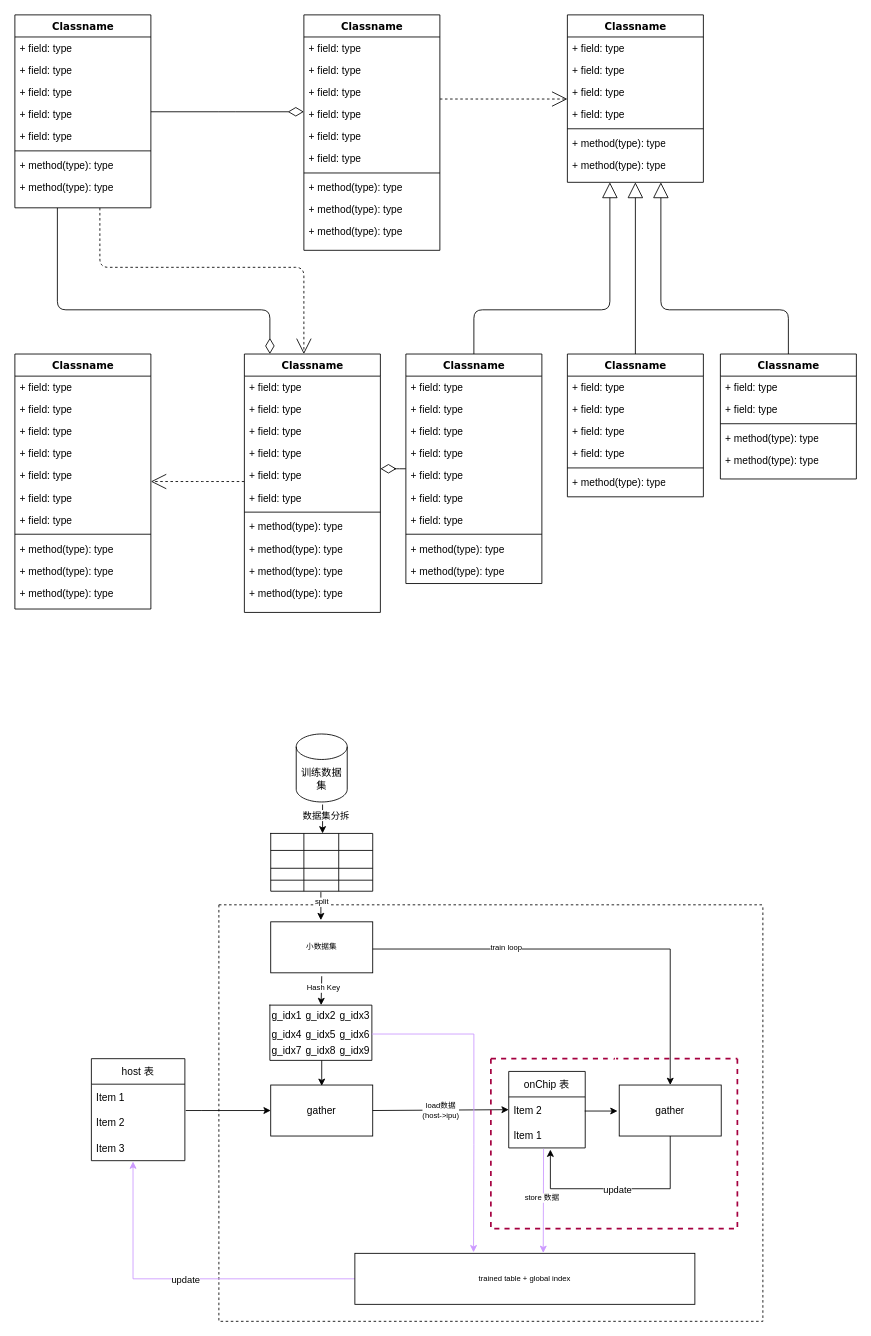
The draw.io diagram Untitled Diagram.drawio in jianghaicheng/HelloWorld, before the edit. Source tidied: cells renumbered, new cells numbered last; positions are measured from the earlier drawing's top-left corner, leaving out a move shared by most shapes. Both pictures are drawn from the tidied source at 85%, with x=0, y=0 at pixel (14, 14).
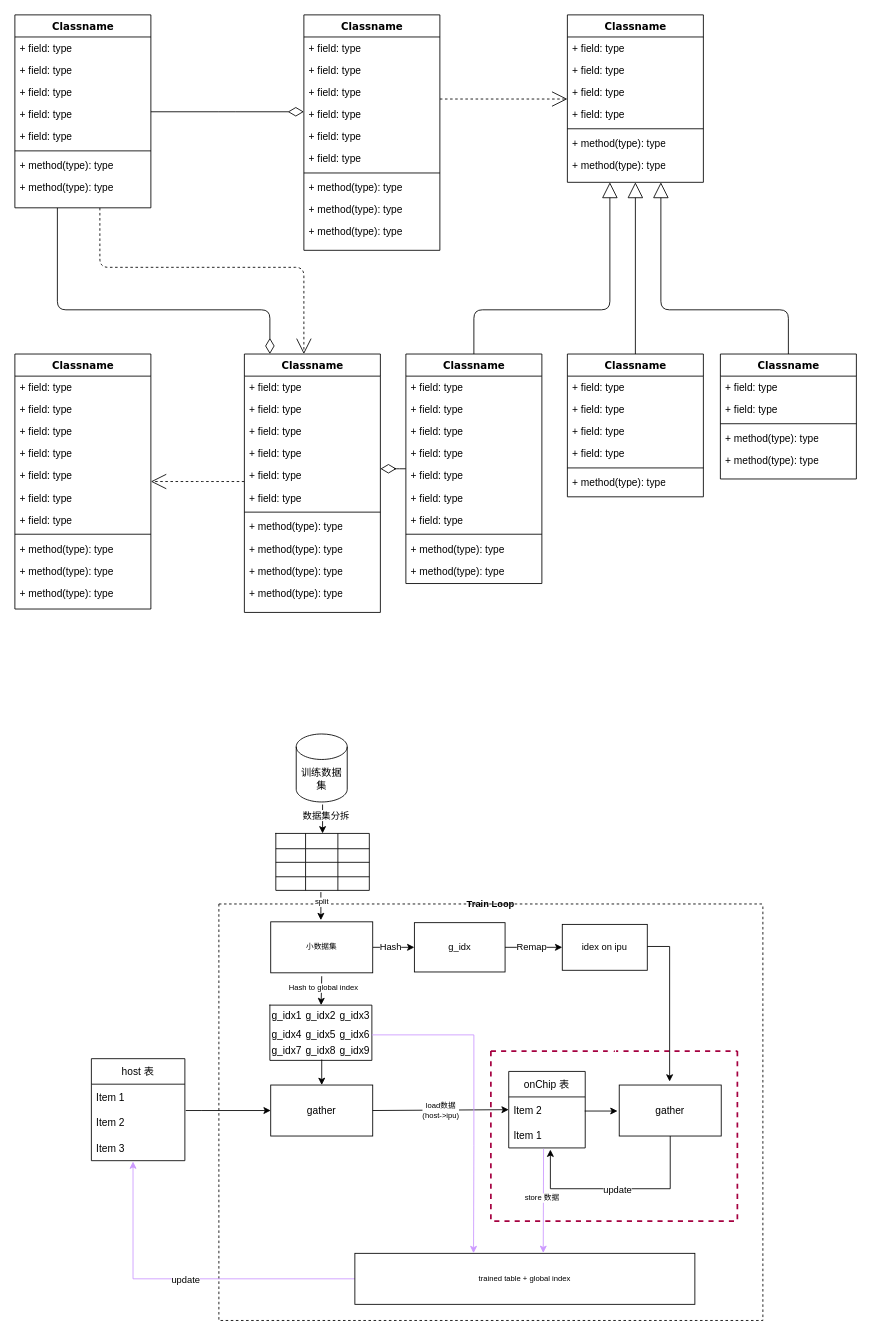
The same page after the edit.

Unchanged cells that the change refers to:
```xml
<mxCell id="134" value="小数据集" style="rounded=0;whiteSpace=wrap;html=1;fontSize=9;" parent="1" vertex="1">
  <mxGeometry x="301" y="1067" width="120" height="60" as="geometry" />
</mxCell>
<mxCell id="140" style="endArrow=classic;html=1;rounded=0;fontSize=9;" parent="1" edge="1" target="122">
  <mxGeometry relative="1" as="geometry">
    <mxPoint x="361" y="1131" as="sourcePoint" />
  </mxGeometry>
</mxCell>
```

The edit, as a diff of the source:
```diff
@@
-    <mxCell id="96" style="shape=table;html=1;whiteSpace=wrap;startSize=0;childLayout=tableLayout;" parent="1" vertex="1">
-      <mxGeometry x="301" y="963" width="120" height="68" as="geometry" />
-    </mxCell>
-    <mxCell id="97" style="shape=tableRow;horizontal=0;startSize=0;swimlaneHead=0;swimlaneBody=0;top=0;left=0;bottom=0;right=0;fillColor=none;" parent="96" vertex="1">
-      <mxGeometry width="120" height="20" as="geometry" />
-    </mxCell>
-    <mxCell id="98" style="shape=partialRectangle;html=1;whiteSpace=wrap;fillColor=none;top=0;left=0;bottom=0;right=0;overflow=hidden;" parent="97" vertex="1">
-      <mxGeometry width="39" height="20" as="geometry" />
-    </mxCell>
-    <mxCell id="99" style="shape=partialRectangle;html=1;whiteSpace=wrap;fillColor=none;top=0;left=0;bottom=0;right=0;overflow=hidden;" parent="97" vertex="1">
-      <mxGeometry x="39" width="41" height="20" as="geometry" />
-    </mxCell>
-    <mxCell id="100" style="shape=partialRectangle;html=1;whiteSpace=wrap;fillColor=none;top=0;left=0;bottom=0;right=0;overflow=hidden;" parent="97" vertex="1">
-      <mxGeometry x="80" width="40" height="20" as="geometry" />
-    </mxCell>
-    <mxCell id="101" style="shape=tableRow;horizontal=0;startSize=0;swimlaneHead=0;swimlaneBody=0;top=0;left=0;bottom=0;right=0;fillColor=none;" parent="96" vertex="1">
-      <mxGeometry y="20" width="120" height="21" as="geometry" />
-    </mxCell>
-    <mxCell id="102" style="shape=partialRectangle;html=1;whiteSpace=wrap;fillColor=none;top=0;left=0;bottom=0;right=0;overflow=hidden;" parent="101" vertex="1">
-      <mxGeometry width="39" height="21" as="geometry" />
-    </mxCell>
-    <mxCell id="103" style="shape=partialRectangle;html=1;whiteSpace=wrap;fillColor=none;top=0;left=0;bottom=0;right=0;overflow=hidden;" parent="101" vertex="1">
-      <mxGeometry x="39" width="41" height="21" as="geometry" />
-    </mxCell>
-    <mxCell id="104" style="shape=partialRectangle;html=1;whiteSpace=wrap;fillColor=none;top=0;left=0;bottom=0;right=0;overflow=hidden;" parent="101" vertex="1">
-      <mxGeometry x="80" width="40" height="21" as="geometry" />
-    </mxCell>
-    <mxCell id="105" style="shape=tableRow;horizontal=0;startSize=0;swimlaneHead=0;swimlaneBody=0;top=0;left=0;bottom=0;right=0;fillColor=none;" parent="96" vertex="1">
-      <mxGeometry y="41" width="120" height="14" as="geometry" />
-    </mxCell>
-    <mxCell id="106" style="shape=partialRectangle;html=1;whiteSpace=wrap;fillColor=none;top=0;left=0;bottom=0;right=0;overflow=hidden;" parent="105" vertex="1">
-      <mxGeometry width="39" height="14" as="geometry" />
-    </mxCell>
-    <mxCell id="107" style="shape=partialRectangle;html=1;whiteSpace=wrap;fillColor=none;top=0;left=0;bottom=0;right=0;overflow=hidden;" parent="105" vertex="1">
-      <mxGeometry x="39" width="41" height="14" as="geometry" />
-    </mxCell>
-    <mxCell id="108" style="shape=partialRectangle;html=1;whiteSpace=wrap;fillColor=none;top=0;left=0;bottom=0;right=0;overflow=hidden;" parent="105" vertex="1">
-      <mxGeometry x="80" width="40" height="14" as="geometry" />
-    </mxCell>
-    <mxCell id="109" style="shape=tableRow;horizontal=0;startSize=0;swimlaneHead=0;swimlaneBody=0;top=0;left=0;bottom=0;right=0;fillColor=none;" parent="96" vertex="1">
-      <mxGeometry y="55" width="120" height="13" as="geometry" />
-    </mxCell>
-    <mxCell id="110" style="shape=partialRectangle;html=1;whiteSpace=wrap;fillColor=none;top=0;left=0;bottom=0;right=0;overflow=hidden;" parent="109" vertex="1">
-      <mxGeometry width="39" height="13" as="geometry" />
-    </mxCell>
-    <mxCell id="111" style="shape=partialRectangle;html=1;whiteSpace=wrap;fillColor=none;top=0;left=0;bottom=0;right=0;overflow=hidden;" parent="109" vertex="1">
-      <mxGeometry x="39" width="41" height="13" as="geometry" />
-    </mxCell>
-    <mxCell id="112" style="shape=partialRectangle;html=1;whiteSpace=wrap;fillColor=none;top=0;left=0;bottom=0;right=0;overflow=hidden;" parent="109" vertex="1">
-      <mxGeometry x="80" width="40" height="13" as="geometry" />
-    </mxCell>
@@
+    <mxCell id="149" style="rounded=0;jettySize=auto;html=1;fontSize=11;endArrow=classic;endFill=1;strokeColor=#000000;startArrow=none;startFill=0;" parent="1" edge="1" source="134" target="151">
+      <mxGeometry relative="1" as="geometry" />
+    </mxCell>
+    <mxCell id="150" value="Hash" style="edgeLabel;html=1;align=center;verticalAlign=middle;fontSize=11;" parent="149" vertex="1">
+      <mxGeometry x="-0.33" y="1" relative="1" as="geometry">
+        <mxPoint x="4" as="offset" />
+      </mxGeometry>
+    </mxCell>
@@
-    <mxCell id="135" style="swimlane;startSize=0;fontSize=9;dashed=1;fillColor=#dae8fc;strokeColor=#000000;strokeWidth=1;" parent="1" vertex="1">
-      <mxGeometry x="240" y="1047" width="640" height="490" as="geometry" />
+    <mxCell id="135" value="Train Loop" style="swimlane;startSize=0;fontSize=11;dashed=1;fillColor=#dae8fc;strokeColor=#000000;strokeWidth=1;swimlaneLine=0;" parent="1" vertex="1">
+      <mxGeometry x="240" y="1046" width="640" height="490" as="geometry" />
     </mxCell>
     <mxCell id="136" value="IPU" style="swimlane;startSize=0;dashed=1;fontSize=9;strokeColor=#A50040;strokeWidth=2;fillColor=#d80073;fontColor=#ffffff;" parent="135" vertex="1">
-      <mxGeometry x="320" y="181" width="290" height="200" as="geometry" />
+      <mxGeometry x="320" y="173" width="290" height="200" as="geometry" />
     </mxCell>
@@
+    <mxCell id="143" style="edgeStyle=orthogonalEdgeStyle;rounded=0;jettySize=auto;html=1;exitX=1;exitY=0.5;exitDx=0;exitDy=0;" parent="135" edge="1" source="152">
+      <mxGeometry relative="1" as="geometry">
+        <mxPoint x="530.3" y="208.9" as="targetPoint" />
+        <Array as="points">
+          <mxPoint x="530" y="50" />
+        </Array>
+      </mxGeometry>
+    </mxCell>
+    <mxCell id="151" value="g_idx" style="rounded=0;whiteSpace=wrap;html=1;fontSize=11;strokeColor=#000000;strokeWidth=1;" parent="135" vertex="1">
+      <mxGeometry x="230" y="22" width="106.7" height="58" as="geometry" />
+    </mxCell>
@@
-    <mxCell id="141" value="Hash Key" style="edgeLabel;html=1;align=center;verticalAlign=middle;fontSize=9;" parent="140" vertex="1">
+    <mxCell id="141" value="Hash to global index" style="edgeLabel;html=1;align=center;verticalAlign=middle;fontSize=9;" parent="140" vertex="1">
       <mxGeometry x="-0.06" y="2" relative="1" as="geometry">
         <mxPoint y="-3" as="offset" />
       </mxGeometry>
     </mxCell>
@@
-    <mxCell id="143" style="edgeStyle=orthogonalEdgeStyle;rounded=0;orthogonalLoop=1;jettySize=auto;html=1;" parent="1" edge="1">
-      <mxGeometry relative="1" as="geometry">
-        <mxPoint x="421" y="1099" as="sourcePoint" />
-        <mxPoint x="771" y="1259" as="targetPoint" />
-        <Array as="points">
-          <mxPoint x="771" y="1099" />
-        </Array>
-      </mxGeometry>
-    </mxCell>
-    <mxCell id="144" value="train loop" style="edgeLabel;html=1;align=center;verticalAlign=middle;fontSize=9;" parent="143" vertex="1">
-      <mxGeometry x="-0.39" y="2" relative="1" as="geometry" />
-    </mxCell>
@@
     <mxCell id="148" style="endArrow=classic;html=1;rounded=0;strokeColor=#CC99FF;entryX=0.349;entryY=-0.053;entryDx=0;entryDy=0;entryPerimeter=0;" parent="1" edge="1">
       <mxGeometry relative="1" as="geometry">
-        <mxPoint x="420" y="1199" as="sourcePoint" />
-        <mxPoint x="539.6" y="1455.8" as="targetPoint" />
+        <mxPoint x="420" y="1200" as="sourcePoint" />
+        <mxPoint x="539.6" y="1456.8" as="targetPoint" />
         <Array as="points">
-          <mxPoint x="540" y="1199" />
-          <mxPoint x="540" y="1329" />
+          <mxPoint x="540" y="1200" />
+          <mxPoint x="540" y="1330" />
         </Array>
       </mxGeometry>
     </mxCell>
+    <mxCell id="152" value="idex on ipu" style="rounded=0;whiteSpace=wrap;html=1;fontSize=11;strokeColor=#000000;strokeWidth=1;" parent="1" vertex="1">
+      <mxGeometry x="644" y="1070" width="100" height="54" as="geometry" />
+    </mxCell>
+    <mxCell id="153" style="edgeStyle=none;rounded=0;jettySize=auto;html=1;fontSize=11;startArrow=none;startFill=0;endArrow=classic;endFill=1;targetPerimeterSpacing=0;strokeColor=#000000;" parent="1" edge="1" source="151" target="152">
+      <mxGeometry relative="1" as="geometry" />
+    </mxCell>
+    <mxCell id="154" value="Remap" style="edgeLabel;html=1;align=center;verticalAlign=middle;fontSize=11;" parent="153" vertex="1">
+      <mxGeometry x="-0.46" y="1" relative="1" as="geometry">
+        <mxPoint x="13" as="offset" />
+      </mxGeometry>
+    </mxCell>
+    <mxCell id="155" style="shape=table;html=1;whiteSpace=wrap;startSize=0;childLayout=tableLayout;" parent="1" vertex="1">
+      <mxGeometry x="307" y="963" width="110" height="67" as="geometry" />
+    </mxCell>
+    <mxCell id="156" style="shape=tableRow;horizontal=0;startSize=0;swimlaneHead=0;swimlaneBody=0;top=0;left=0;bottom=0;right=0;fillColor=none;" parent="155" vertex="1">
+      <mxGeometry width="110" height="18" as="geometry" />
+    </mxCell>
+    <mxCell id="157" style="shape=partialRectangle;html=1;whiteSpace=wrap;fillColor=none;top=0;left=0;bottom=0;right=0;overflow=hidden;" parent="156" vertex="1">
+      <mxGeometry width="35" height="18" as="geometry" />
+    </mxCell>
+    <mxCell id="158" style="shape=partialRectangle;html=1;whiteSpace=wrap;fillColor=none;top=0;left=0;bottom=0;right=0;overflow=hidden;" parent="156" vertex="1">
+      <mxGeometry x="35" width="38" height="18" as="geometry" />
+    </mxCell>
+    <mxCell id="159" style="shape=partialRectangle;html=1;whiteSpace=wrap;fillColor=none;top=0;left=0;bottom=0;right=0;overflow=hidden;" parent="156" vertex="1">
+      <mxGeometry x="73" width="37" height="18" as="geometry" />
+    </mxCell>
+    <mxCell id="160" style="shape=tableRow;horizontal=0;startSize=0;swimlaneHead=0;swimlaneBody=0;top=0;left=0;bottom=0;right=0;fillColor=none;" parent="155" vertex="1">
+      <mxGeometry y="18" width="110" height="16" as="geometry" />
+    </mxCell>
+    <mxCell id="161" style="shape=partialRectangle;html=1;whiteSpace=wrap;fillColor=none;top=0;left=0;bottom=0;right=0;overflow=hidden;" parent="160" vertex="1">
+      <mxGeometry width="35" height="16" as="geometry" />
+    </mxCell>
+    <mxCell id="162" style="shape=partialRectangle;html=1;whiteSpace=wrap;fillColor=none;top=0;left=0;bottom=0;right=0;overflow=hidden;" parent="160" vertex="1">
+      <mxGeometry x="35" width="38" height="16" as="geometry" />
+    </mxCell>
+    <mxCell id="163" style="shape=partialRectangle;html=1;whiteSpace=wrap;fillColor=none;top=0;left=0;bottom=0;right=0;overflow=hidden;" parent="160" vertex="1">
+      <mxGeometry x="73" width="37" height="16" as="geometry" />
+    </mxCell>
+    <mxCell id="164" style="shape=tableRow;horizontal=0;startSize=0;swimlaneHead=0;swimlaneBody=0;top=0;left=0;bottom=0;right=0;fillColor=none;" parent="155" vertex="1">
+      <mxGeometry y="34" width="110" height="17" as="geometry" />
+    </mxCell>
+    <mxCell id="165" style="shape=partialRectangle;html=1;whiteSpace=wrap;fillColor=none;top=0;left=0;bottom=0;right=0;overflow=hidden;" parent="164" vertex="1">
+      <mxGeometry width="35" height="17" as="geometry" />
+    </mxCell>
+    <mxCell id="166" style="shape=partialRectangle;html=1;whiteSpace=wrap;fillColor=none;top=0;left=0;bottom=0;right=0;overflow=hidden;" parent="164" vertex="1">
+      <mxGeometry x="35" width="38" height="17" as="geometry" />
+    </mxCell>
+    <mxCell id="167" style="shape=partialRectangle;html=1;whiteSpace=wrap;fillColor=none;top=0;left=0;bottom=0;right=0;overflow=hidden;" parent="164" vertex="1">
+      <mxGeometry x="73" width="37" height="17" as="geometry" />
+    </mxCell>
+    <mxCell id="168" style="shape=tableRow;horizontal=0;startSize=0;swimlaneHead=0;swimlaneBody=0;top=0;left=0;bottom=0;right=0;fillColor=none;" parent="155" vertex="1">
+      <mxGeometry y="51" width="110" height="16" as="geometry" />
+    </mxCell>
+    <mxCell id="169" style="shape=partialRectangle;html=1;whiteSpace=wrap;fillColor=none;top=0;left=0;bottom=0;right=0;overflow=hidden;" parent="168" vertex="1">
+      <mxGeometry width="35" height="16" as="geometry" />
+    </mxCell>
+    <mxCell id="170" style="shape=partialRectangle;html=1;whiteSpace=wrap;fillColor=none;top=0;left=0;bottom=0;right=0;overflow=hidden;" parent="168" vertex="1">
+      <mxGeometry x="35" width="38" height="16" as="geometry" />
+    </mxCell>
+    <mxCell id="171" style="shape=partialRectangle;html=1;whiteSpace=wrap;fillColor=none;top=0;left=0;bottom=0;right=0;overflow=hidden;" parent="168" vertex="1">
+      <mxGeometry x="73" width="37" height="16" as="geometry" />
+    </mxCell>
```
